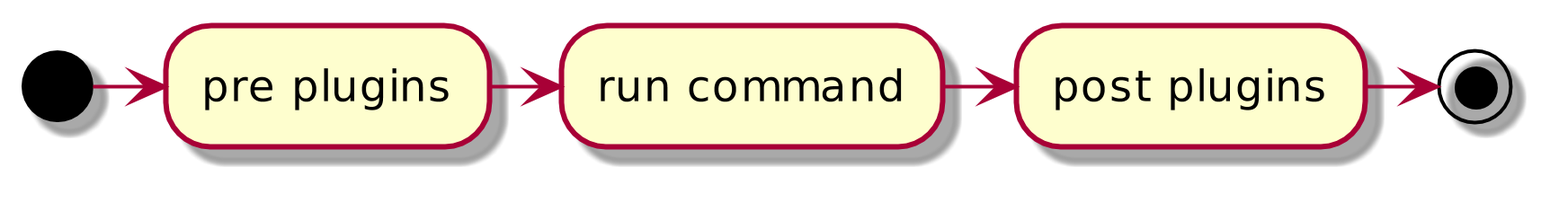
Earlier version of the PlantUML export pictures/schema/composer-plugins.png (hanovruslan/phpfest-2020-composer-plus-plus).
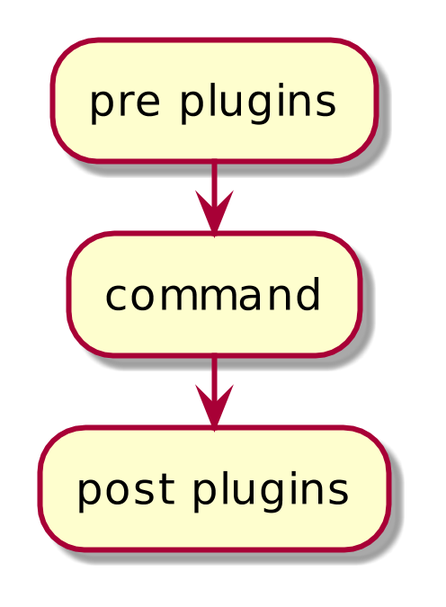
The same diagram one commit later.

Diff of the diagram source:
```diff
@@ -1,7 +1,10 @@
 @startuml
-scale 1920*1200
-(*) -right-> "pre plugins"
-"pre plugins" -right-> "run command"
-"run command" -right-> "post plugins"
-"post plugins" -right-> (*)
+
+scale 1024 width
+scale 800 height
+
+:pre plugins;
+:command;
+:post plugins;
+
 @enduml
```
